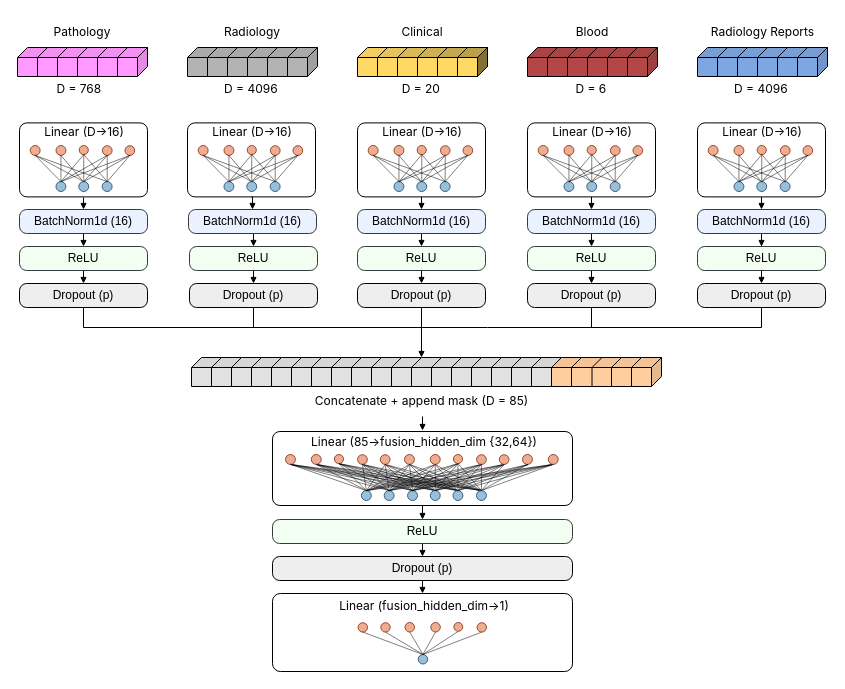
Earlier version of the draw.io diagram MLP.drawio (marcalvi/drawio-nn-templates). Source tidied: cells renumbered, new cells numbered last; positions are measured from the earlier drawing's top-left corner, leaving out a move shared by most shapes. Both pictures are drawn from the tidied source at 100%, with x=0, y=0 at pixel (17, 17).
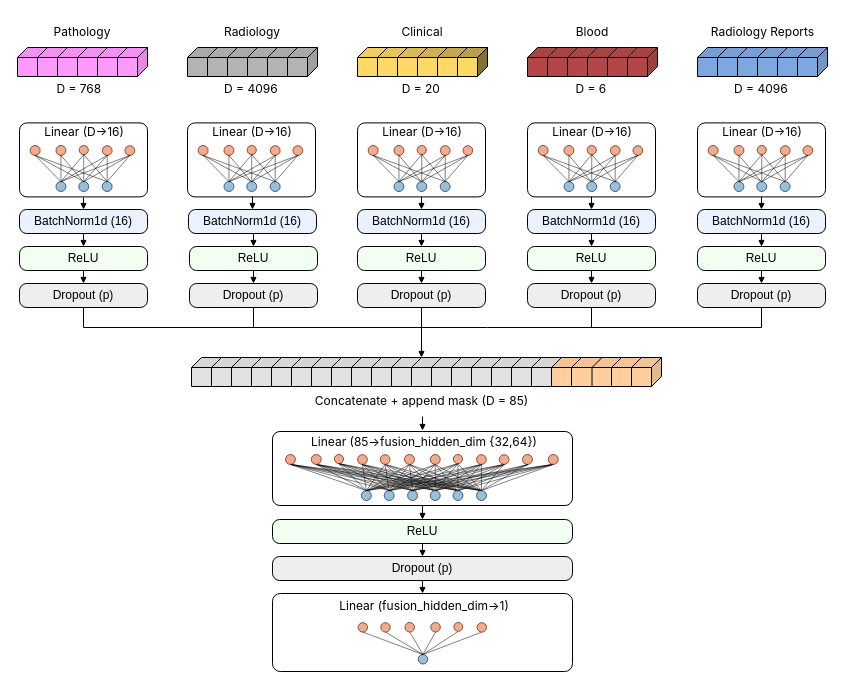
Above is the later version.

Change to the diagram source:
```diff
@@
-    <mxCell id="74" value="BatchNorm1d (16)" style="rounded=1;whiteSpace=wrap;html=1;fillColor=#EAF1FF;rotation=0;arcSize=30;strokeColor=#36393d;" parent="1" vertex="1">
+    <mxCell id="74" value="BatchNorm1d (16)" style="rounded=1;whiteSpace=wrap;html=1;fillColor=#EAF1FF;rotation=0;arcSize=30;strokeColor=#000000;" parent="1" vertex="1">
       <mxGeometry x="2" y="192" width="128" height="24" as="geometry" />
     </mxCell>
@@
-    <mxCell id="76" value="BatchNorm1d (16)" style="rounded=1;whiteSpace=wrap;html=1;fillColor=#EAF1FF;rotation=0;arcSize=30;strokeColor=#36393d;" parent="1" vertex="1">
+    <mxCell id="76" value="BatchNorm1d (16)" style="rounded=1;whiteSpace=wrap;html=1;fillColor=#EAF1FF;rotation=0;arcSize=30;strokeColor=#000000;" parent="1" vertex="1">
       <mxGeometry x="171" y="192" width="128" height="24" as="geometry" />
     </mxCell>
@@
-    <mxCell id="78" value="BatchNorm1d (16)" style="rounded=1;whiteSpace=wrap;html=1;fillColor=#EAF1FF;rotation=0;arcSize=30;strokeColor=#36393d;" parent="1" vertex="1">
+    <mxCell id="78" value="BatchNorm1d (16)" style="rounded=1;whiteSpace=wrap;html=1;fillColor=#EAF1FF;rotation=0;arcSize=30;strokeColor=#000000;" parent="1" vertex="1">
       <mxGeometry x="340" y="192" width="128" height="24" as="geometry" />
     </mxCell>
@@
-    <mxCell id="80" value="BatchNorm1d (16)" style="rounded=1;whiteSpace=wrap;html=1;fillColor=#EAF1FF;rotation=0;arcSize=30;strokeColor=#36393d;" parent="1" vertex="1">
+    <mxCell id="80" value="BatchNorm1d (16)" style="rounded=1;whiteSpace=wrap;html=1;fillColor=#EAF1FF;rotation=0;arcSize=30;strokeColor=#000000;" parent="1" vertex="1">
       <mxGeometry x="510" y="192" width="128" height="24" as="geometry" />
     </mxCell>
@@
-    <mxCell id="82" value="BatchNorm1d (16)" style="rounded=1;whiteSpace=wrap;html=1;fillColor=#EAF1FF;rotation=0;arcSize=30;strokeColor=#36393d;" parent="1" vertex="1">
+    <mxCell id="82" value="BatchNorm1d (16)" style="rounded=1;whiteSpace=wrap;html=1;fillColor=#EAF1FF;rotation=0;arcSize=30;strokeColor=#000000;" parent="1" vertex="1">
       <mxGeometry x="680" y="192" width="128" height="24" as="geometry" />
     </mxCell>
@@
-    <mxCell id="84" value="ReLU" style="rounded=1;whiteSpace=wrap;html=1;fillColor=#F1FEF1;rotation=0;arcSize=30;strokeColor=#36393d;" parent="1" vertex="1">
+    <mxCell id="84" value="ReLU" style="rounded=1;whiteSpace=wrap;html=1;fillColor=#F1FEF1;rotation=0;arcSize=30;strokeColor=#000000;" parent="1" vertex="1">
       <mxGeometry x="2" y="229" width="128" height="24" as="geometry" />
     </mxCell>
@@
-    <mxCell id="86" value="ReLU" style="rounded=1;whiteSpace=wrap;html=1;fillColor=#F1FEF1;rotation=0;arcSize=30;strokeColor=#36393d;" parent="1" vertex="1">
+    <mxCell id="86" value="ReLU" style="rounded=1;whiteSpace=wrap;html=1;fillColor=#F1FEF1;rotation=0;arcSize=30;strokeColor=#000000;" parent="1" vertex="1">
       <mxGeometry x="172" y="229" width="128" height="24" as="geometry" />
     </mxCell>
@@
-    <mxCell id="88" value="ReLU" style="rounded=1;whiteSpace=wrap;html=1;fillColor=#F1FEF1;rotation=0;arcSize=30;strokeColor=#36393d;" parent="1" vertex="1">
+    <mxCell id="88" value="ReLU" style="rounded=1;whiteSpace=wrap;html=1;fillColor=#F1FEF1;rotation=0;arcSize=30;strokeColor=#000000;" parent="1" vertex="1">
       <mxGeometry x="340" y="229" width="128" height="24" as="geometry" />
     </mxCell>
@@
-    <mxCell id="90" value="ReLU" style="rounded=1;whiteSpace=wrap;html=1;fillColor=#F1FEF1;rotation=0;arcSize=30;strokeColor=#36393d;" parent="1" vertex="1">
+    <mxCell id="90" value="ReLU" style="rounded=1;whiteSpace=wrap;html=1;fillColor=#F1FEF1;rotation=0;arcSize=30;strokeColor=#000000;" parent="1" vertex="1">
       <mxGeometry x="510" y="229" width="128" height="24" as="geometry" />
     </mxCell>
@@
-    <mxCell id="92" value="ReLU" style="rounded=1;whiteSpace=wrap;html=1;fillColor=#F1FEF1;rotation=0;arcSize=30;strokeColor=#36393d;" parent="1" vertex="1">
+    <mxCell id="92" value="ReLU" style="rounded=1;whiteSpace=wrap;html=1;fillColor=#F1FEF1;rotation=0;arcSize=30;strokeColor=#000000;" parent="1" vertex="1">
       <mxGeometry x="680" y="229" width="128" height="24" as="geometry" />
     </mxCell>
@@
-    <mxCell id="324" value="ReLU" style="rounded=1;whiteSpace=wrap;html=1;fillColor=#F1FEF1;rotation=0;arcSize=30;strokeColor=#36393d;" parent="1" vertex="1">
+    <mxCell id="324" value="ReLU" style="rounded=1;whiteSpace=wrap;html=1;fillColor=#F1FEF1;rotation=0;arcSize=30;strokeColor=#000000;" parent="1" vertex="1">
       <mxGeometry x="255" y="502" width="300" height="24" as="geometry" />
     </mxCell>
```
